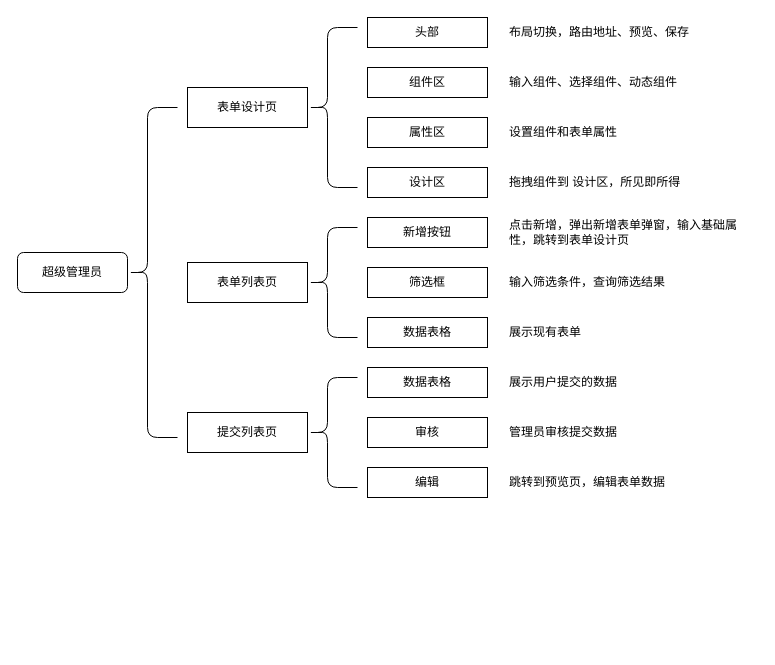
yoqo/draw.io keeps this draw.io diagram as Untitled Diagram.drawio. Above is the earlier version. Source tidied: cells renumbered, new cells numbered last; positions are measured from the earlier drawing's top-left corner, leaving out a move shared by most shapes. Both pictures are drawn from the tidied source at 100%, with x=0, y=0 at pixel (17, 17).
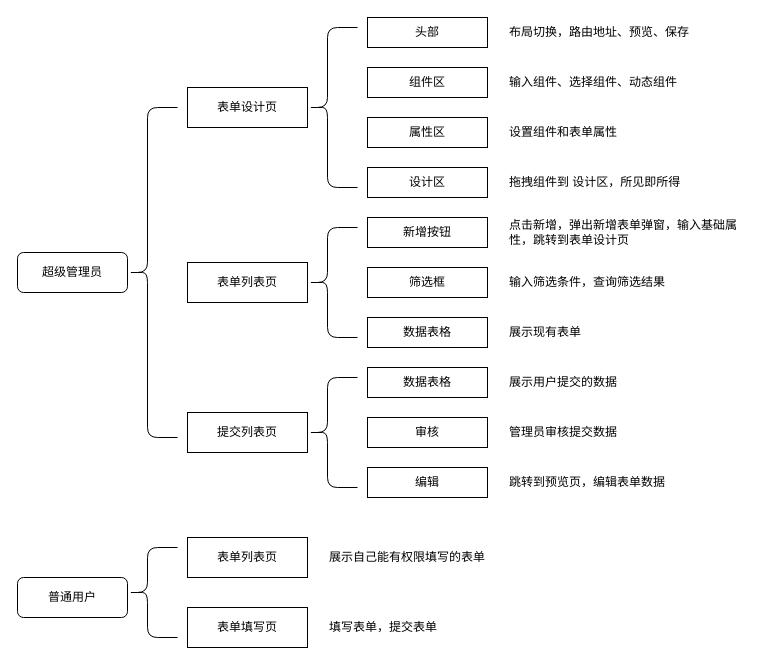
Above is the later version.

Change to the diagram source:
```diff
@@
+    <mxCell id="30" value="普通用户" style="rounded=1;whiteSpace=wrap;html=1;sketch=0;" parent="1" vertex="1">
+      <mxGeometry y="560" width="110" height="40" as="geometry" />
+    </mxCell>
+    <mxCell id="31" style="shape=curlyBracket;whiteSpace=wrap;html=1;rounded=1;sketch=0;size=0.4;" parent="1" vertex="1">
+      <mxGeometry x="110" y="530" width="50" height="90" as="geometry" />
+    </mxCell>
+    <mxCell id="32" value="表单列表页" style="rounded=0;whiteSpace=wrap;html=1;sketch=0;" parent="1" vertex="1">
+      <mxGeometry x="170" y="520" width="120" height="40" as="geometry" />
+    </mxCell>
+    <mxCell id="33" value="展示自己能有权限填写的表单" style="text;html=1;strokeColor=none;fillColor=none;align=left;verticalAlign=middle;whiteSpace=wrap;rounded=0;sketch=0;" parent="1" vertex="1">
+      <mxGeometry x="310" y="525" width="250" height="30" as="geometry" />
+    </mxCell>
+    <mxCell id="34" value="表单填写页" style="rounded=0;whiteSpace=wrap;html=1;sketch=0;" parent="1" vertex="1">
+      <mxGeometry x="170" y="590" width="120" height="40" as="geometry" />
+    </mxCell>
+    <mxCell id="35" value="填写表单，提交表单" style="text;html=1;strokeColor=none;fillColor=none;align=left;verticalAlign=middle;whiteSpace=wrap;rounded=0;sketch=0;" parent="1" vertex="1">
+      <mxGeometry x="310" y="595" width="250" height="30" as="geometry" />
+    </mxCell>
```
